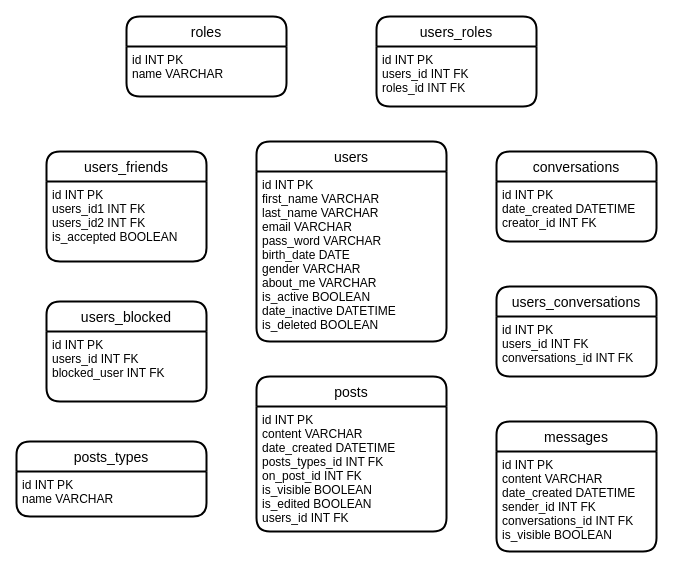
Earlier version of the draw.io diagram UI/KOPPLINGSDIAGRAM.drawio (Radagastno1/Facebook-Lite). Source tidied: cells renumbered, new cells numbered last; positions are measured from the earlier drawing's top-left corner, leaving out a move shared by most shapes. Both pictures are drawn from the tidied source at 100%, with x=0, y=0 at pixel (16, 16).
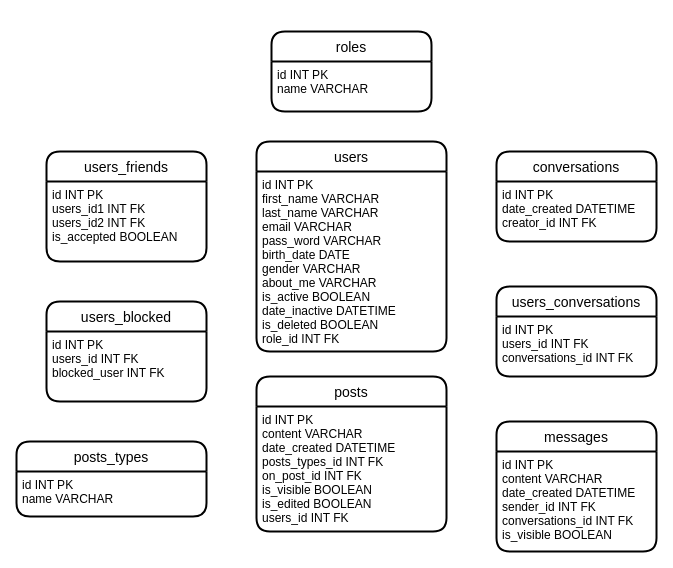
The same diagram, later.

The edit, as a diff of the source:
```diff
@@
     <mxCell id="2" value="roles" style="swimlane;horizontal=1;startSize=30;rounded=1;fontSize=14;fontStyle=0;strokeWidth=2;shadow=0;dashed=0;align=center;" parent="1" vertex="1">
-      <mxGeometry x="110" width="160" height="80" as="geometry" />
+      <mxGeometry x="255" y="15" width="160" height="80" as="geometry" />
     </mxCell>
@@
-    <mxCell id="4" value="users_roles" style="swimlane;horizontal=1;startSize=30;rounded=1;fontSize=14;fontStyle=0;strokeWidth=2;shadow=0;dashed=0;align=center;" parent="1" vertex="1">
-      <mxGeometry x="360" width="160" height="90" as="geometry" />
-    </mxCell>
-    <mxCell id="5" value="id INT PK&#10;users_id INT FK&#10;roles_id INT FK" style="align=left;strokeColor=none;fillColor=none;spacingLeft=4;fontSize=12;verticalAlign=top;" parent="4" vertex="1">
-      <mxGeometry y="30" width="160" height="60" as="geometry" />
-    </mxCell>
@@
     <mxCell id="12" value="users" style="swimlane;horizontal=1;startSize=30;rounded=1;fontSize=14;fontStyle=0;strokeWidth=2;shadow=0;dashed=0;align=center;" parent="1" vertex="1">
-      <mxGeometry x="240" y="125" width="190" height="200" as="geometry" />
+      <mxGeometry x="240" y="125" width="190" height="210" as="geometry" />
     </mxCell>
@@
-    <mxCell id="14" value="id INT PK&#10;first_name VARCHAR&#10;last_name VARCHAR&#10;email VARCHAR&#10;pass_word VARCHAR&#10;birth_date DATE&#10;gender VARCHAR&#10;about_me VARCHAR&#10;is_active BOOLEAN&#10;date_inactive DATETIME&#10;is_deleted BOOLEAN" style="align=left;strokeColor=none;fillColor=none;spacingLeft=4;fontSize=12;verticalAlign=top;" parent="12" vertex="1">
-      <mxGeometry y="30" width="190" height="170" as="geometry" />
+    <mxCell id="14" value="id INT PK&#10;first_name VARCHAR&#10;last_name VARCHAR&#10;email VARCHAR&#10;pass_word VARCHAR&#10;birth_date DATE&#10;gender VARCHAR&#10;about_me VARCHAR&#10;is_active BOOLEAN&#10;date_inactive DATETIME&#10;is_deleted BOOLEAN&#10;role_id INT FK" style="align=left;strokeColor=none;fillColor=none;spacingLeft=4;fontSize=12;verticalAlign=top;" parent="12" vertex="1">
+      <mxGeometry y="30" width="190" height="180" as="geometry" />
     </mxCell>
```
